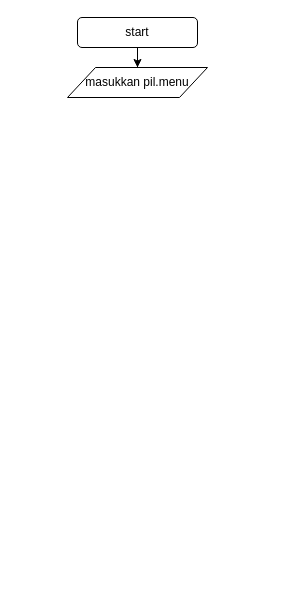
The draw.io diagram week14.drawio in rifaatulmahmudah0998/Siti-Rifatul-Mahmudah, before the edit. Source tidied: cells renumbered, new cells numbered last; positions are measured from the earlier drawing's top-left corner, leaving out a move shared by most shapes. Both pictures are drawn from the tidied source at 100%, with x=0, y=0 at pixel (67, 17).
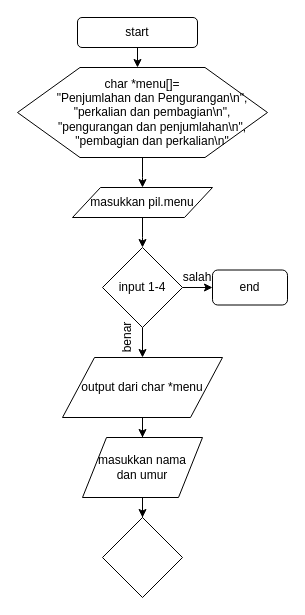
After the change.

The change refers to these unchanged cells:
```xml
<mxCell id="3" value="start" style="rounded=1;whiteSpace=wrap;html=1;" parent="1" vertex="1">
  <mxGeometry x="10" width="120" height="30" as="geometry" />
</mxCell>
```

Change to the diagram source:
```diff
@@
-    <mxCell id="2" style="edgeStyle=orthogonalEdgeStyle;rounded=0;jettySize=auto;html=1;" parent="1" edge="1" source="3" target="4">
-      <mxGeometry relative="1" as="geometry" />
+    <mxCell id="2" style="edgeStyle=orthogonalEdgeStyle;rounded=0;jettySize=auto;html=1;" parent="1" edge="1" source="3">
+      <mxGeometry relative="1" as="geometry">
+        <mxPoint x="70" y="50" as="targetPoint" />
+      </mxGeometry>
     </mxCell>
@@
+    <mxCell id="5" style="edgeStyle=orthogonalEdgeStyle;rounded=0;orthogonalLoop=1;jettySize=auto;html=1;" parent="1" edge="1">
+      <mxGeometry relative="1" as="geometry">
+        <mxPoint x="70" y="170" as="sourcePoint" />
+        <mxPoint x="70" y="200" as="targetPoint" />
+      </mxGeometry>
+    </mxCell>
+    <mxCell id="6" style="edgeStyle=orthogonalEdgeStyle;rounded=0;jettySize=auto;html=1;" parent="1" edge="1" source="7" target="18">
+      <mxGeometry relative="1" as="geometry" />
+    </mxCell>
+    <mxCell id="7" value="output dari char *menu" style="shape=parallelogram;perimeter=parallelogramPerimeter;whiteSpace=wrap;html=1;" parent="1" vertex="1">
+      <mxGeometry x="-5" y="340" width="160" height="60" as="geometry" />
+    </mxCell>
+    <mxCell id="8" style="edgeStyle=orthogonalEdgeStyle;rounded=0;jettySize=auto;html=1;" parent="1" edge="1" source="9">
+      <mxGeometry relative="1" as="geometry">
+        <mxPoint x="75" y="170" as="targetPoint" />
+      </mxGeometry>
+    </mxCell>
+    <mxCell id="9" value="&lt;div&gt;char *menu[]=&lt;/div&gt;&lt;div&gt;&amp;nbsp; &amp;nbsp; &amp;nbsp; &quot;Penjumlahan dan Pengurangan\n&quot;,&lt;/div&gt;&lt;div&gt;&amp;nbsp; &amp;nbsp; &amp;nbsp; &quot;perkalian dan pembagian\n&quot;,&lt;/div&gt;&lt;div&gt;&amp;nbsp; &amp;nbsp; &amp;nbsp; &quot;pengurangan dan penjumlahan\n&quot;,&lt;/div&gt;&lt;div&gt;&amp;nbsp; &amp;nbsp; &amp;nbsp; &quot;pembagian dan perkalian\n&quot;&lt;/div&gt;" style="shape=hexagon;perimeter=hexagonPerimeter2;whiteSpace=wrap;html=1;" parent="1" vertex="1">
+      <mxGeometry x="-50" y="50" width="250" height="90" as="geometry" />
+    </mxCell>
+    <mxCell id="10" style="edgeStyle=orthogonalEdgeStyle;rounded=0;jettySize=auto;html=1;" parent="1" edge="1" source="4">
+      <mxGeometry relative="1" as="geometry">
+        <mxPoint x="75" y="230" as="targetPoint" />
+      </mxGeometry>
+    </mxCell>
     <mxCell id="4" value="masukkan pil.menu" style="shape=parallelogram;perimeter=parallelogramPerimeter;whiteSpace=wrap;html=1;" parent="1" vertex="1">
-      <mxGeometry y="50" width="140" height="30" as="geometry" />
+      <mxGeometry x="5" y="170" width="140" height="30" as="geometry" />
     </mxCell>
+    <mxCell id="11" style="edgeStyle=orthogonalEdgeStyle;rounded=0;jettySize=auto;html=1;entryX=0.5;entryY=0;entryDx=0;entryDy=0;" parent="1" edge="1" source="13" target="7">
+      <mxGeometry relative="1" as="geometry" />
+    </mxCell>
+    <mxCell id="12" style="edgeStyle=orthogonalEdgeStyle;rounded=0;jettySize=auto;html=1;" parent="1" edge="1" source="13" target="14">
+      <mxGeometry relative="1" as="geometry" />
+    </mxCell>
+    <mxCell id="13" value="input 1-4" style="rhombus;whiteSpace=wrap;html=1;" parent="1" vertex="1">
+      <mxGeometry x="35" y="230" width="80" height="80" as="geometry" />
+    </mxCell>
+    <mxCell id="14" value="end" style="rounded=1;whiteSpace=wrap;html=1;" parent="1" vertex="1">
+      <mxGeometry x="145" y="252.5" width="75" height="35" as="geometry" />
+    </mxCell>
+    <mxCell id="15" value="salah" style="text;html=1;strokeColor=none;fillColor=none;align=center;verticalAlign=middle;whiteSpace=wrap;rounded=0;" parent="1" vertex="1">
+      <mxGeometry x="110" y="250" width="40" height="20" as="geometry" />
+    </mxCell>
+    <mxCell id="16" value="benar" style="text;html=1;strokeColor=none;fillColor=none;align=center;verticalAlign=middle;whiteSpace=wrap;rounded=0;rotation=-90;" parent="1" vertex="1">
+      <mxGeometry x="40" y="310" width="40" height="20" as="geometry" />
+    </mxCell>
+    <mxCell id="17" style="edgeStyle=orthogonalEdgeStyle;rounded=0;jettySize=auto;html=1;" parent="1" edge="1" source="18" target="19">
+      <mxGeometry relative="1" as="geometry" />
+    </mxCell>
+    <mxCell id="18" value="masukkan nama&lt;br&gt;dan umur" style="shape=parallelogram;perimeter=parallelogramPerimeter;whiteSpace=wrap;html=1;" parent="1" vertex="1">
+      <mxGeometry x="15" y="420" width="120" height="60" as="geometry" />
+    </mxCell>
+    <mxCell id="19" style="rhombus;whiteSpace=wrap;html=1;" parent="1" vertex="1">
+      <mxGeometry x="35" y="500" width="80" height="80" as="geometry" />
+    </mxCell>
```
